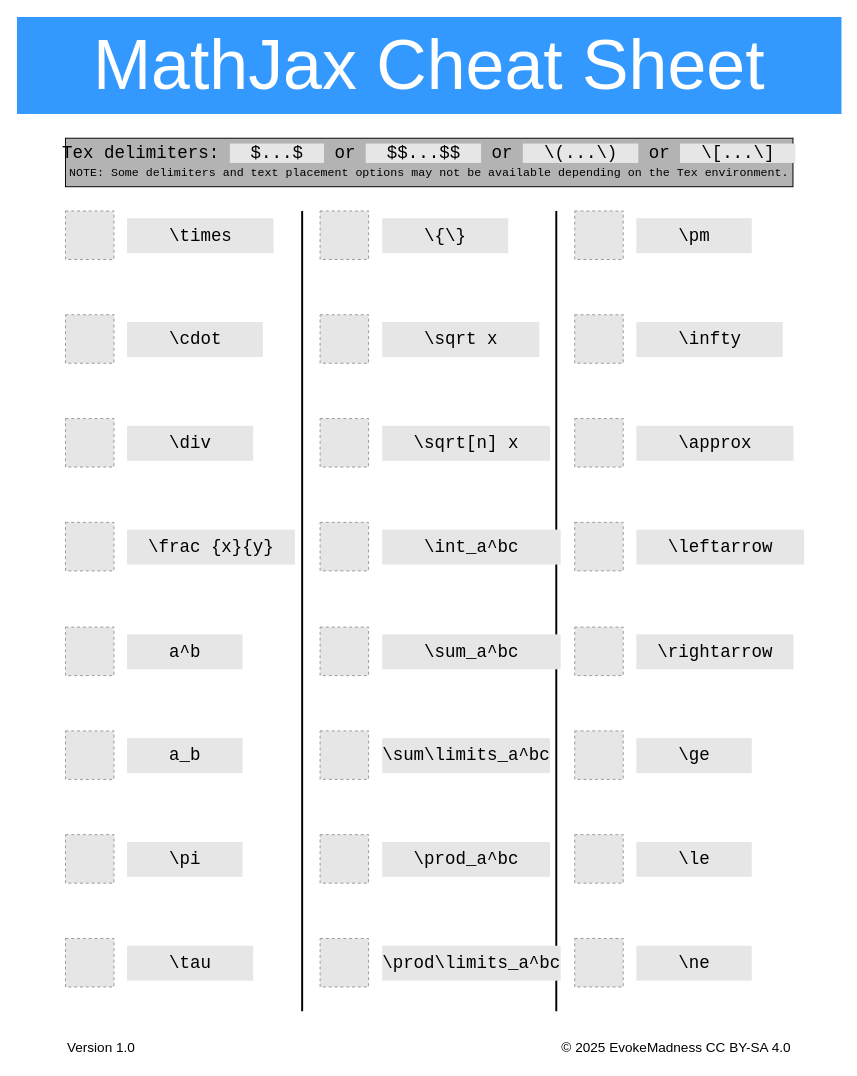
EvokeMadness/mathjax-cheat-sheet keeps this draw.io diagram as src/drawio/mathjax-cheat-sheet.drawio. Above is the earlier version. Source tidied: cells renumbered, new cells numbered last; positions are measured from the earlier drawing's top-left corner, leaving out a move shared by most shapes. Both pictures are drawn from the tidied source at 97%, with x=0, y=0 at pixel (16, 16). Pictures stored in the file or linked from it are replaced by grey dashed boxes.
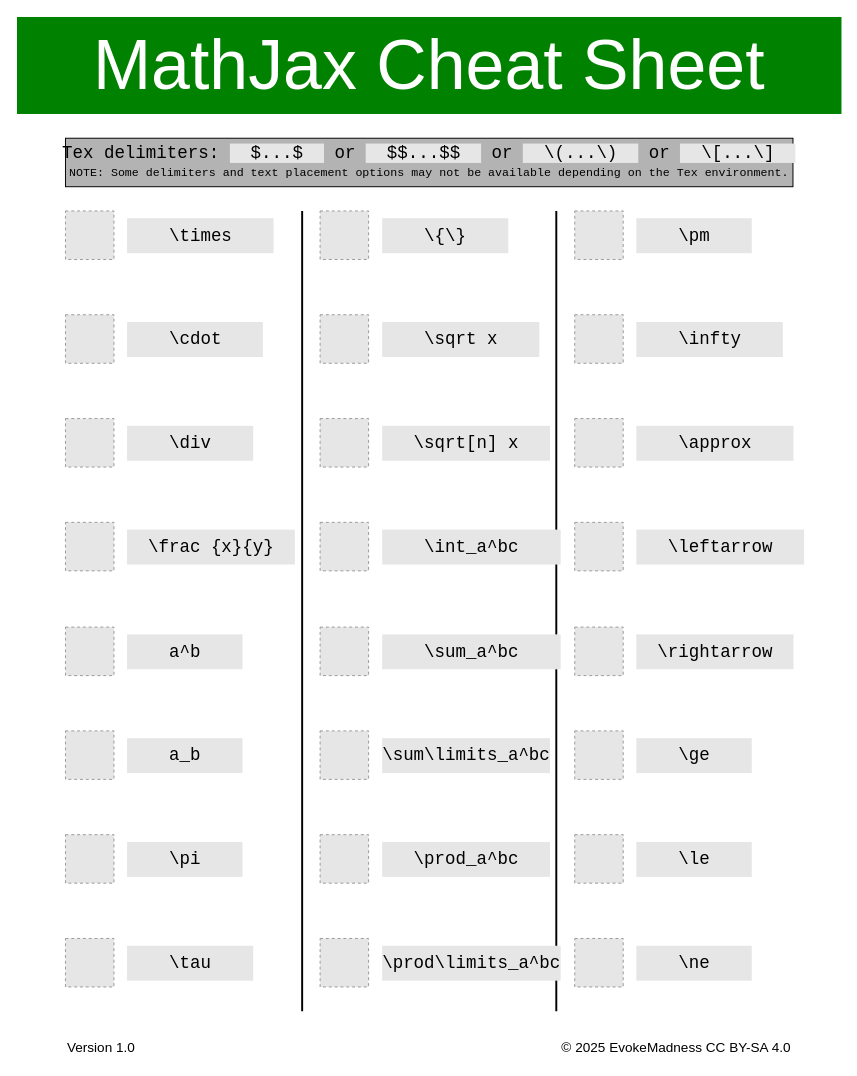
Above is the later version.

What changed in the source:
```diff
@@
-    <mxCell id="33" value="&lt;font style=&quot;font-size: 72px;&quot;&gt;MathJax Cheat Sheet&lt;/font&gt;" style="rounded=0;whiteSpace=wrap;fillColor=#3399FF;html=1;strokeColor=none;fontFamily=Helvetica;fontColor=light-dark(#FFFFFF,#000000);textShadow=0;shadow=0;" parent="32" vertex="1">
+    <mxCell id="33" value="&lt;font style=&quot;font-size: 72px;&quot;&gt;MathJax Cheat Sheet&lt;/font&gt;" style="rounded=0;whiteSpace=wrap;fillColor=#008200;html=1;strokeColor=none;fontFamily=Helvetica;fontColor=light-dark(#FFFFFF,#000000);textShadow=0;shadow=0;" parent="32" vertex="1">
       <mxGeometry width="850" height="100" as="geometry" />
     </mxCell>
```
